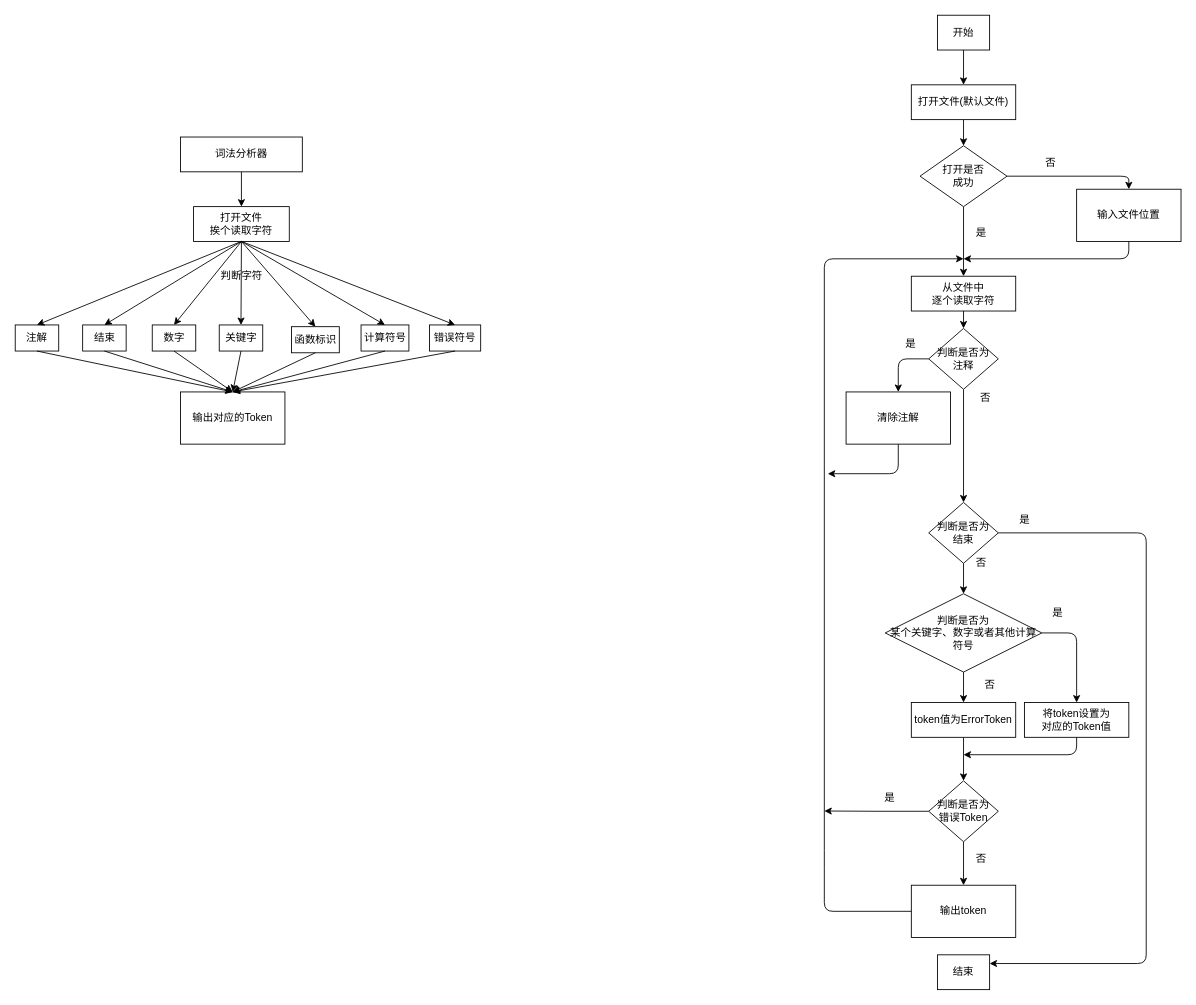
Above: Untitled Diagram.drawio in xha0/test (draw.io), before the change. Source tidied: cells renumbered, new cells numbered last; positions are measured from the earlier drawing's top-left corner, leaving out a move shared by most shapes. Both pictures are drawn from the tidied source at 87%, with x=0, y=0 at pixel (15, 15).
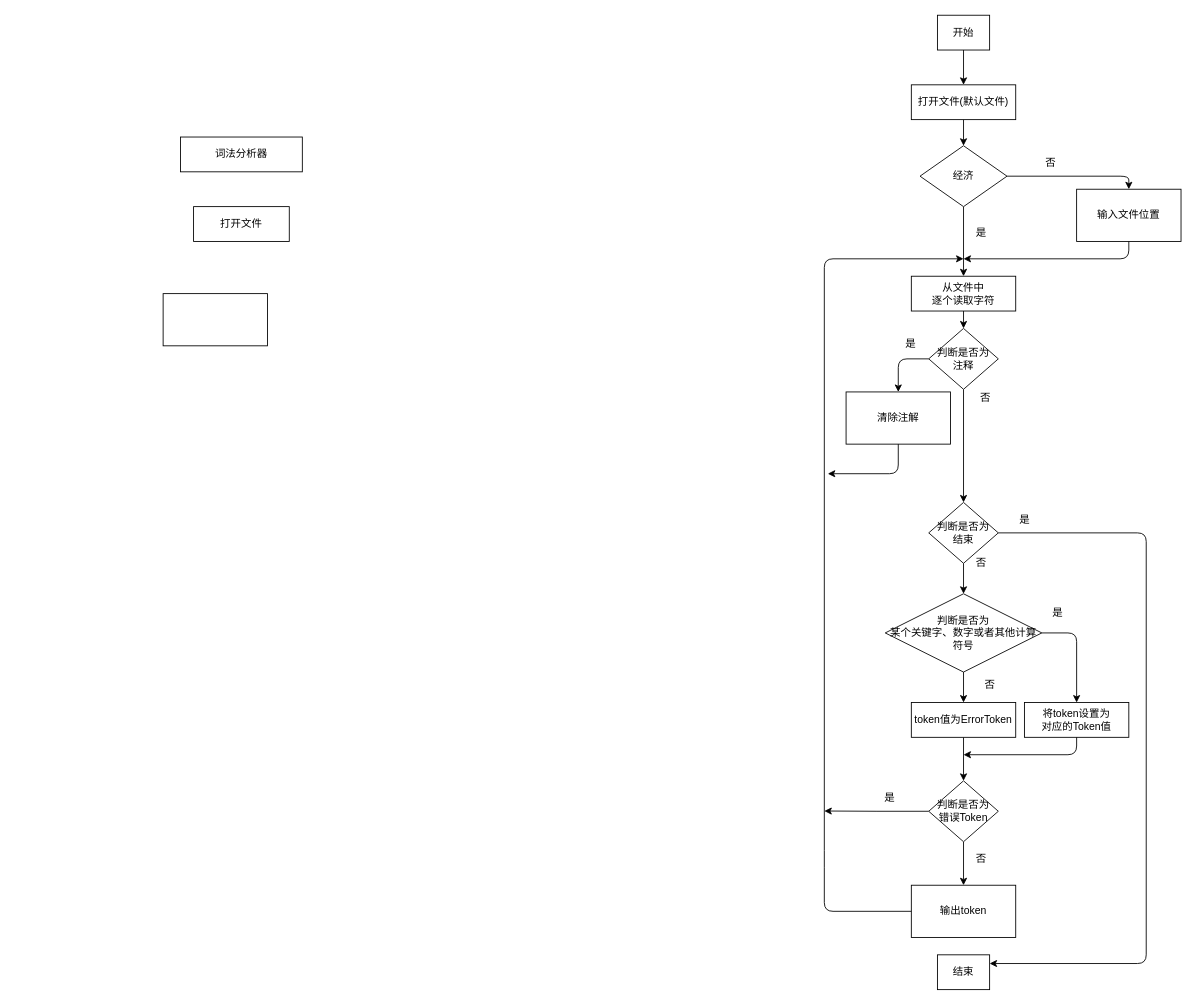
The same page after the edit.

The change refers to these unchanged cells:
```xml
<mxCell id="45" value="词法分析器" style="rounded=0;whiteSpace=wrap;html=1;" parent="1" vertex="1">
  <mxGeometry x="190" y="140" width="140" height="40" as="geometry" />
</mxCell>
```

What changed in the source:
```diff
@@
-    <mxCell id="7" value="打开是否&lt;br&gt;成功" style="rhombus;whiteSpace=wrap;html=1;" parent="1" vertex="1">
+    <mxCell id="7" value="经济" style="rhombus;whiteSpace=wrap;html=1;" parent="1" vertex="1">
       <mxGeometry x="1040" y="150" width="100" height="70" as="geometry" />
     </mxCell>
@@
-    <mxCell id="44" style="edgeStyle=orthogonalEdgeStyle;rounded=0;jettySize=auto;html=1;entryX=0.5;entryY=0;entryDx=0;entryDy=0;" parent="1" edge="1" source="45" target="46">
-      <mxGeometry relative="1" as="geometry" />
-    </mxCell>
@@
-    <mxCell id="46" value="打开文件&lt;br&gt;挨个读取字符" style="rounded=0;whiteSpace=wrap;html=1;" parent="1" vertex="1">
+    <mxCell id="46" value="打开文件" style="rounded=0;whiteSpace=wrap;html=1;" parent="1" vertex="1">
       <mxGeometry x="205" y="220" width="110" height="40" as="geometry" />
     </mxCell>
-    <mxCell id="47" value="注解" style="rounded=0;whiteSpace=wrap;html=1;" parent="1" vertex="1">
-      <mxGeometry y="356" width="50" height="30" as="geometry" />
+    <mxCell id="47" style="rounded=0;whiteSpace=wrap;html=1;" parent="1" vertex="1">
+      <mxGeometry x="170" y="320" width="120" height="60" as="geometry" />
     </mxCell>
-    <mxCell id="48" value="结束" style="rounded=0;whiteSpace=wrap;html=1;" parent="1" vertex="1">
-      <mxGeometry x="77.5" y="356" width="50" height="30" as="geometry" />
-    </mxCell>
-    <mxCell id="49" value="数字" style="rounded=0;whiteSpace=wrap;html=1;" parent="1" vertex="1">
-      <mxGeometry x="157.5" y="356" width="50" height="30" as="geometry" />
-    </mxCell>
-    <mxCell id="50" value="关键字" style="rounded=0;whiteSpace=wrap;html=1;" parent="1" vertex="1">
-      <mxGeometry x="234.5" y="356" width="50" height="30" as="geometry" />
-    </mxCell>
-    <mxCell id="51" value="函数标识" style="rounded=0;whiteSpace=wrap;html=1;" parent="1" vertex="1">
-      <mxGeometry x="317.5" y="358" width="55" height="30" as="geometry" />
-    </mxCell>
-    <mxCell id="52" value="计算符号" style="rounded=0;whiteSpace=wrap;html=1;" parent="1" vertex="1">
-      <mxGeometry x="397.5" y="356" width="55" height="30" as="geometry" />
-    </mxCell>
-    <mxCell id="53" style="endArrow=classic;html=1;exitX=0.5;exitY=1;exitDx=0;exitDy=0;entryX=0.5;entryY=0;entryDx=0;entryDy=0;" parent="1" edge="1" source="46" target="47">
-      <mxGeometry relative="1" as="geometry" />
-    </mxCell>
-    <mxCell id="54" style="endArrow=classic;html=1;exitX=0.5;exitY=1;exitDx=0;exitDy=0;entryX=0.5;entryY=0;entryDx=0;entryDy=0;" parent="1" edge="1" source="46" target="48">
-      <mxGeometry relative="1" as="geometry" />
-    </mxCell>
-    <mxCell id="55" style="endArrow=classic;html=1;exitX=0.5;exitY=1;exitDx=0;exitDy=0;entryX=0.5;entryY=0;entryDx=0;entryDy=0;" parent="1" edge="1" source="46" target="49">
-      <mxGeometry relative="1" as="geometry" />
-    </mxCell>
-    <mxCell id="56" style="endArrow=classic;html=1;entryX=0.5;entryY=0;entryDx=0;entryDy=0;" parent="1" edge="1" target="50">
-      <mxGeometry relative="1" as="geometry">
-        <mxPoint x="260" y="260" as="sourcePoint" />
-      </mxGeometry>
-    </mxCell>
-    <mxCell id="57" style="endArrow=classic;html=1;entryX=0.5;entryY=0;entryDx=0;entryDy=0;" parent="1" edge="1" target="51">
-      <mxGeometry relative="1" as="geometry">
-        <mxPoint x="260" y="260" as="sourcePoint" />
-      </mxGeometry>
-    </mxCell>
-    <mxCell id="58" style="endArrow=classic;html=1;entryX=0.5;entryY=0;entryDx=0;entryDy=0;" parent="1" edge="1" target="52">
-      <mxGeometry relative="1" as="geometry">
-        <mxPoint x="260" y="260" as="sourcePoint" />
-      </mxGeometry>
-    </mxCell>
-    <mxCell id="59" value="判断字符" style="text;html=1;align=center;verticalAlign=middle;" parent="1" vertex="1">
-      <mxGeometry x="230" y="290" width="60" height="20" as="geometry" />
-    </mxCell>
-    <mxCell id="60" value="输出对应的Token" style="rounded=0;whiteSpace=wrap;html=1;" parent="1" vertex="1">
-      <mxGeometry x="190" y="433" width="120" height="60" as="geometry" />
-    </mxCell>
-    <mxCell id="61" value="错误符号" style="rounded=0;whiteSpace=wrap;html=1;" parent="1" vertex="1">
-      <mxGeometry x="476.2" y="356" width="58.8" height="30" as="geometry" />
-    </mxCell>
-    <mxCell id="62" style="endArrow=classic;html=1;entryX=0.5;entryY=0;entryDx=0;entryDy=0;" parent="1" edge="1" target="61">
-      <mxGeometry relative="1" as="geometry">
-        <mxPoint x="260" y="260" as="sourcePoint" />
-      </mxGeometry>
-    </mxCell>
-    <mxCell id="63" style="endArrow=classic;html=1;exitX=0.5;exitY=1;exitDx=0;exitDy=0;entryX=0.5;entryY=0;entryDx=0;entryDy=0;" parent="1" edge="1" source="47" target="60">
-      <mxGeometry relative="1" as="geometry" />
-    </mxCell>
-    <mxCell id="64" style="endArrow=classic;html=1;exitX=0.5;exitY=1;exitDx=0;exitDy=0;entryX=0.5;entryY=0;entryDx=0;entryDy=0;" parent="1" edge="1" source="48" target="60">
-      <mxGeometry relative="1" as="geometry" />
-    </mxCell>
-    <mxCell id="65" style="endArrow=classic;html=1;exitX=0.5;exitY=1;exitDx=0;exitDy=0;entryX=0.5;entryY=0;entryDx=0;entryDy=0;" parent="1" edge="1" source="49" target="60">
-      <mxGeometry relative="1" as="geometry" />
-    </mxCell>
-    <mxCell id="66" style="endArrow=classic;html=1;exitX=0.5;exitY=1;exitDx=0;exitDy=0;entryX=0.5;entryY=0;entryDx=0;entryDy=0;" parent="1" edge="1" source="50" target="60">
-      <mxGeometry relative="1" as="geometry" />
-    </mxCell>
-    <mxCell id="67" style="endArrow=classic;html=1;exitX=0.5;exitY=1;exitDx=0;exitDy=0;entryX=0.5;entryY=0;entryDx=0;entryDy=0;" parent="1" edge="1" source="51" target="60">
-      <mxGeometry relative="1" as="geometry" />
-    </mxCell>
-    <mxCell id="68" style="endArrow=classic;html=1;exitX=0.5;exitY=1;exitDx=0;exitDy=0;entryX=0.5;entryY=0;entryDx=0;entryDy=0;" parent="1" edge="1" source="52" target="60">
-      <mxGeometry relative="1" as="geometry" />
-    </mxCell>
-    <mxCell id="69" style="endArrow=classic;html=1;exitX=0.5;exitY=1;exitDx=0;exitDy=0;entryX=0.5;entryY=0;entryDx=0;entryDy=0;" parent="1" edge="1" source="61" target="60">
-      <mxGeometry relative="1" as="geometry" />
-    </mxCell>
```
